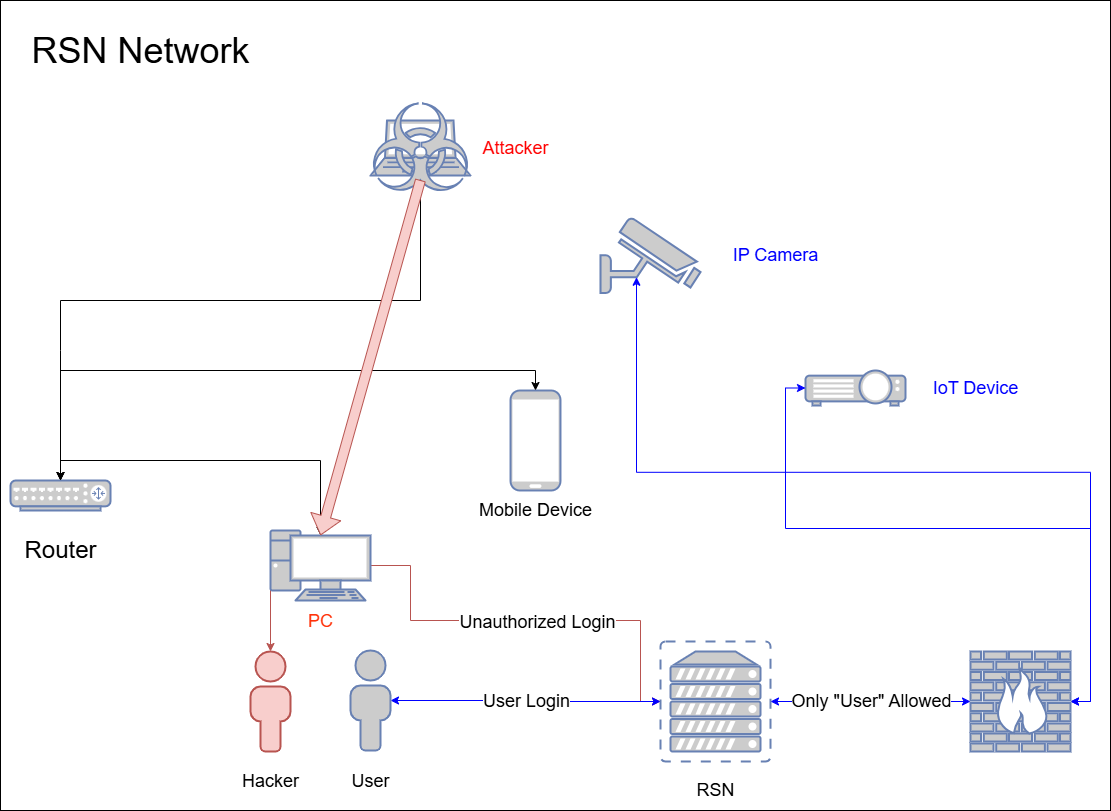
Above: RSN Structure.png in HATZ-Research/RSN (draw.io), before the change. Source tidied: cells renumbered, new cells last; positions are measured from the earlier drawing's top-left corner, leaving out a move shared by most shapes.
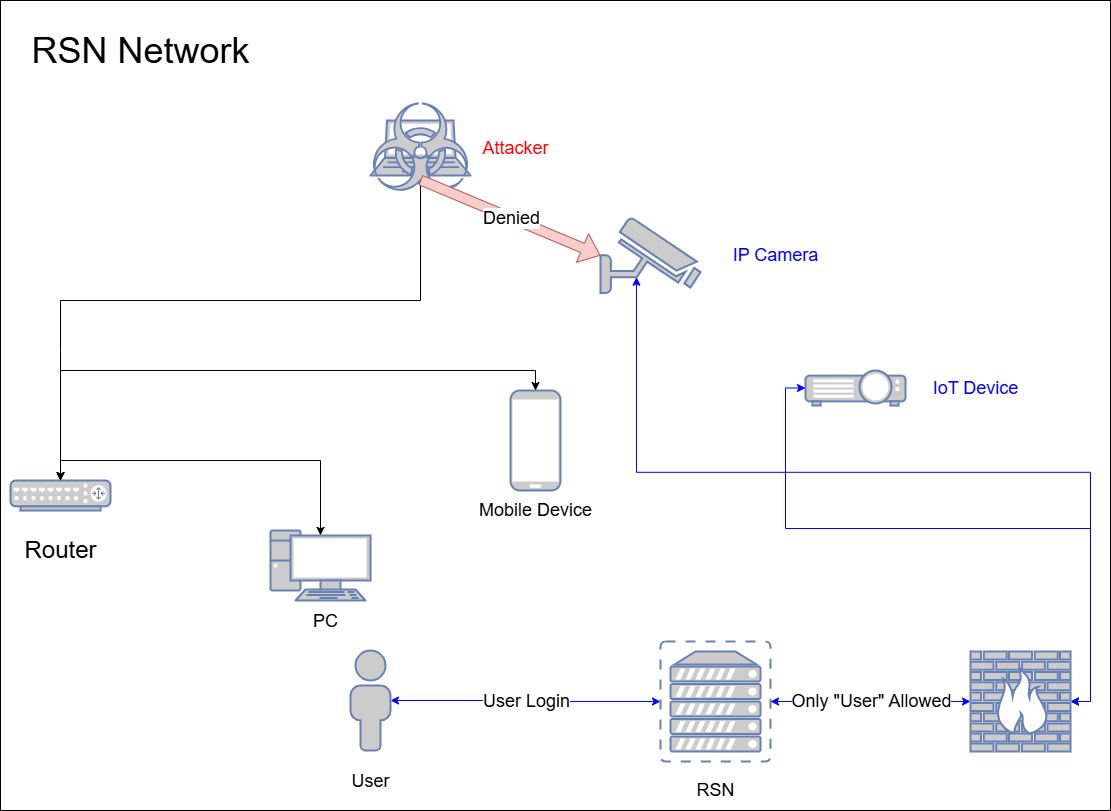
The same diagram one commit later.

Diff of the diagram source:
```diff
@@ -11,22 +11,6 @@
     <mxCell id="4" style="fontColor=#0066CC;verticalAlign=top;verticalLabelPosition=bottom;labelPosition=center;align=center;html=1;outlineConnect=0;fillColor=#CCCCCC;strokeColor=#6881B3;gradientColor=none;gradientDirection=north;strokeWidth=2;shape=mxgraph.networks.laptop;" parent="1" vertex="1">
       <mxGeometry x="370" y="120" width="100" height="55" as="geometry" />
     </mxCell>
-    <mxCell id="5" style="edgeStyle=orthogonalEdgeStyle;rounded=0;jettySize=auto;html=1;exitX=0.5;exitY=0;exitDx=0;exitDy=0;exitPerimeter=0;fontColor=#FF0000;startArrow=classic;startFill=1;fillColor=#f8cecc;strokeColor=#b85450;entryX=0;entryY=0.5;entryDx=0;entryDy=0;entryPerimeter=0;" parent="1" edge="1" source="32" target="25">
-      <mxGeometry relative="1" as="geometry">
-        <Array as="points">
-          <mxPoint x="270" y="565" />
-          <mxPoint x="410" y="565" />
-          <mxPoint x="410" y="620" />
-          <mxPoint x="640" y="620" />
-          <mxPoint x="640" y="701" />
-        </Array>
-      </mxGeometry>
-    </mxCell>
-    <mxCell id="6" value="&lt;font style=&quot;font-size: 18px;&quot;&gt;Unauthorized Login&lt;/font&gt;" style="edgeLabel;html=1;align=center;verticalAlign=middle;" parent="5" vertex="1">
-      <mxGeometry x="0.19" y="-1" relative="1" as="geometry">
-        <mxPoint x="41" as="offset" />
-      </mxGeometry>
-    </mxCell>
     <mxCell id="7" style="fontColor=#0066CC;verticalAlign=top;verticalLabelPosition=bottom;labelPosition=center;align=center;html=1;outlineConnect=0;fillColor=#CCCCCC;strokeColor=#6881B3;gradientColor=none;gradientDirection=north;strokeWidth=2;shape=mxgraph.networks.pc;" parent="1" vertex="1">
       <mxGeometry x="270" y="530" width="100" height="70" as="geometry" />
     </mxCell>
@@ -60,9 +44,14 @@
     <mxCell id="15" style="fontColor=#0066CC;verticalAlign=top;verticalLabelPosition=bottom;labelPosition=center;align=center;html=1;outlineConnect=0;fillColor=#CCCCCC;strokeColor=#6881B3;gradientColor=none;gradientDirection=north;strokeWidth=2;shape=mxgraph.networks.virus;" parent="1" vertex="1">
       <mxGeometry x="370" y="103" width="100" height="90" as="geometry" />
     </mxCell>
-    <mxCell id="16" style="shape=flexArrow;endArrow=classic;html=1;rounded=0;exitX=0.5;exitY=0.85;exitDx=0;exitDy=0;exitPerimeter=0;entryX=0.5;entryY=0.07;entryDx=0;entryDy=0;entryPerimeter=0;fillColor=#f8cecc;strokeColor=#b85450;" parent="1" edge="1" source="15" target="7">
+    <mxCell id="16" style="shape=flexArrow;endArrow=classic;html=1;rounded=0;exitX=0.5;exitY=0.85;exitDx=0;exitDy=0;exitPerimeter=0;entryX=0;entryY=0.5;entryDx=0;entryDy=0;entryPerimeter=0;fillColor=#f8cecc;strokeColor=#b85450;" parent="1" edge="1" source="15" target="11">
       <mxGeometry relative="1" as="geometry" />
     </mxCell>
+    <mxCell id="36" value="&lt;font style=&quot;font-size: 18px;&quot;&gt;Denied&lt;/font&gt;" style="edgeLabel;html=1;align=center;verticalAlign=middle;" parent="16" vertex="1">
+      <mxGeometry x="-0.02" y="4" relative="1" as="geometry">
+        <mxPoint y="5" as="offset" />
+      </mxGeometry>
+    </mxCell>
     <mxCell id="17" style="edgeStyle=orthogonalEdgeStyle;rounded=0;jettySize=auto;html=1;entryX=0.36;entryY=0.79;entryDx=0;entryDy=0;entryPerimeter=0;startArrow=classic;startFill=1;fillColor=#f8cecc;strokeColor=#0000FF;exitX=1;exitY=0.5;exitDx=0;exitDy=0;exitPerimeter=0;" parent="1" edge="1" source="26" target="11">
       <mxGeometry relative="1" as="geometry" />
     </mxCell>
@@ -78,8 +67,8 @@
     <mxCell id="21" value="&lt;span style=&quot;font-size: 18px;&quot;&gt;IoT Device&lt;/span&gt;" style="text;html=1;align=center;verticalAlign=middle;strokeColor=none;fillColor=none;fontColor=#0000FF;" parent="1" vertex="1">
       <mxGeometry x="920" y="367.5" width="110" height="40" as="geometry" />
     </mxCell>
-    <mxCell id="22" value="&lt;font style=&quot;font-size: 18px;&quot;&gt;PC&lt;/font&gt;" style="text;html=1;align=center;verticalAlign=middle;strokeColor=none;fillColor=none;fontColor=#FF320A;" parent="1" vertex="1">
-      <mxGeometry x="295" y="601" width="50" height="40" as="geometry" />
+    <mxCell id="22" value="&lt;font style=&quot;font-size: 18px;&quot;&gt;PC&lt;/font&gt;" style="text;html=1;align=center;verticalAlign=middle;strokeColor=none;fillColor=none;fontColor=#000000;" parent="1" vertex="1">
+      <mxGeometry x="300" y="601" width="50" height="40" as="geometry" />
     </mxCell>
     <mxCell id="23" value="&lt;font style=&quot;font-size: 18px;&quot;&gt;Mobile Device&lt;/font&gt;" style="text;html=1;align=center;verticalAlign=middle;strokeColor=none;fillColor=none;" parent="1" vertex="1">
       <mxGeometry x="465" y="490" width="140" height="40" as="geometry" />
@@ -112,15 +101,9 @@
         <mxPoint x="2" y="4" as="offset" />
       </mxGeometry>
     </mxCell>
-    <mxCell id="32" style="verticalAlign=top;verticalLabelPosition=bottom;labelPosition=center;align=center;html=1;outlineConnect=0;fillColor=#f8cecc;strokeColor=#b85450;gradientDirection=north;strokeWidth=2;shape=mxgraph.networks.user_male;" parent="1" vertex="1">
-      <mxGeometry x="250" y="651" width="40" height="100" as="geometry" />
-    </mxCell>
     <mxCell id="33" style="fontColor=#0066CC;verticalAlign=top;verticalLabelPosition=bottom;labelPosition=center;align=center;html=1;outlineConnect=0;fillColor=#CCCCCC;strokeColor=#6881B3;gradientColor=none;gradientDirection=north;strokeWidth=2;shape=mxgraph.networks.user_male;" parent="1" vertex="1">
       <mxGeometry x="350" y="650" width="40" height="100" as="geometry" />
     </mxCell>
-    <mxCell id="34" value="&lt;font style=&quot;font-size: 18px;&quot;&gt;Hacker&lt;/font&gt;" style="text;html=1;align=center;verticalAlign=middle;strokeColor=none;fillColor=none;" parent="1" vertex="1">
-      <mxGeometry x="230" y="761" width="80" height="40" as="geometry" />
-    </mxCell>
     <mxCell id="35" value="&lt;font style=&quot;font-size: 18px;&quot;&gt;User&lt;/font&gt;" style="text;html=1;align=center;verticalAlign=middle;strokeColor=none;fillColor=none;" parent="1" vertex="1">
       <mxGeometry x="340" y="761" width="60" height="40" as="geometry" />
     </mxCell>
```
